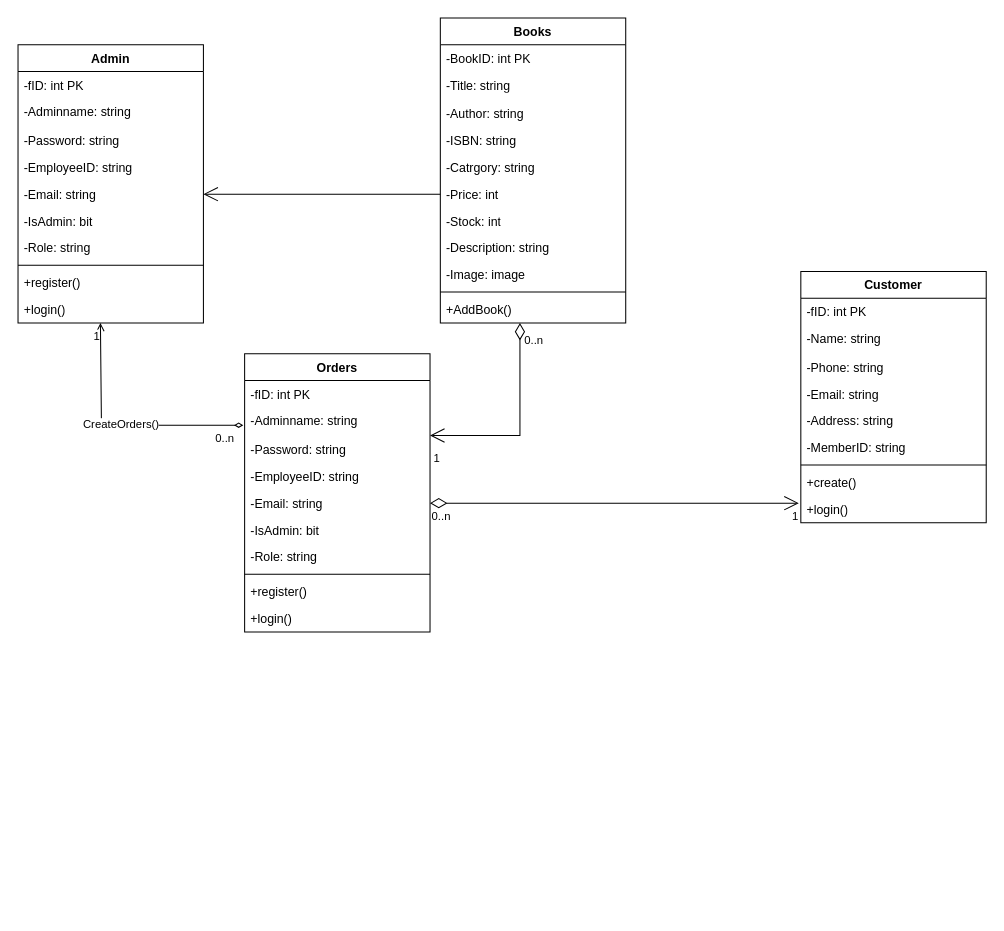
The draw.io diagram bookstore.drawio in ktungl/on-the-road, before the edit. Source tidied: cells renumbered, new cells numbered last; positions are measured from the earlier drawing's top-left corner, leaving out a move shared by most shapes. Both pictures are drawn from the tidied source at 103%, with x=0, y=0 at pixel (18, 18).
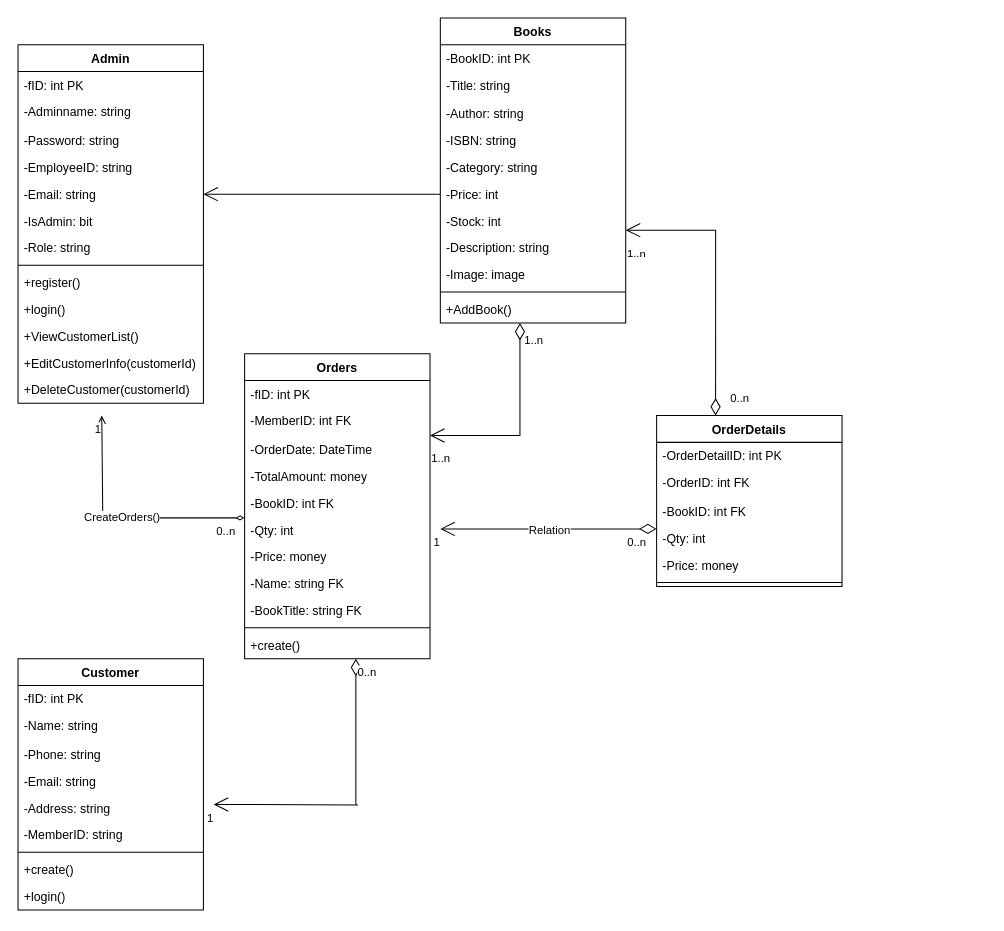
Above is the later version.

The change refers to these unchanged cells:
```xml
<mxCell id="13" value="Books" style="swimlane;fontStyle=1;align=center;verticalAlign=top;horizontal=1;startSize=26;whiteSpace=wrap;html=1;" parent="1" vertex="1">
  <mxGeometry x="410" width="180" height="296" as="geometry" />
</mxCell>
<mxCell id="40" style="endArrow=open;html=1;endSize=12;startArrow=diamondThin;startSize=14;startFill=0;edgeStyle=elbowEdgeStyle;rounded=0;entryX=1.015;entryY=0.833;entryDx=0;entryDy=0;entryPerimeter=0;" parent="1" edge="1">
  <mxGeometry x="-0.19" y="23" relative="1" as="geometry">
    <mxPoint x="487.3" y="296" as="sourcePoint" />
    <mxPoint x="400" y="405.3" as="targetPoint" />
    <Array as="points">
      <mxPoint x="487.3" y="386" />
    </Array>
  </mxGeometry>
</mxCell>
```

The edit, as a diff of the source:
```diff
@@
     <mxCell id="2" value="Admin" style="swimlane;fontStyle=1;align=center;verticalAlign=top;horizontal=1;startSize=26;whiteSpace=wrap;html=1;" parent="1" vertex="1">
-      <mxGeometry y="26" width="180" height="270" as="geometry" />
+      <mxGeometry y="26" width="180" height="348" as="geometry" />
     </mxCell>
@@
+    <mxCell id="56" value="&lt;div&gt;+ViewCustomerList()&lt;/div&gt;&lt;div&gt;&lt;br&gt;&lt;/div&gt;" style="text;strokeColor=none;fillColor=none;align=left;verticalAlign=top;spacingLeft=4;spacingRight=4;overflow=hidden;whiteSpace=wrap;html=1;" parent="2" vertex="1">
+      <mxGeometry y="270" width="180" height="26" as="geometry" />
+    </mxCell>
+    <mxCell id="57" value="&lt;div&gt;+EditCustomerInfo(customerId)&lt;/div&gt;&lt;div&gt;&lt;br&gt;&lt;/div&gt;" style="text;strokeColor=none;fillColor=none;align=left;verticalAlign=top;spacingLeft=4;spacingRight=4;overflow=hidden;whiteSpace=wrap;html=1;" parent="2" vertex="1">
+      <mxGeometry y="296" width="180" height="26" as="geometry" />
+    </mxCell>
+    <mxCell id="58" value="+DeleteCustomer(customerId)" style="text;strokeColor=none;fillColor=none;align=left;verticalAlign=top;spacingLeft=4;spacingRight=4;overflow=hidden;whiteSpace=wrap;html=1;" parent="2" vertex="1">
+      <mxGeometry y="322" width="180" height="26" as="geometry" />
+    </mxCell>
@@
-    <mxCell id="18" value="-Catrgory: string" style="text;strokeColor=none;fillColor=none;align=left;verticalAlign=top;spacingLeft=4;spacingRight=4;overflow=hidden;whiteSpace=wrap;html=1;" parent="13" vertex="1">
+    <mxCell id="18" value="-Category: string" style="text;strokeColor=none;fillColor=none;align=left;verticalAlign=top;spacingLeft=4;spacingRight=4;overflow=hidden;whiteSpace=wrap;html=1;" parent="13" vertex="1">
       <mxGeometry y="132" width="180" height="26" as="geometry" />
     </mxCell>
@@
     <mxCell id="26" value="Orders" style="swimlane;fontStyle=1;align=center;verticalAlign=top;horizontal=1;startSize=26;whiteSpace=wrap;html=1;" parent="1" vertex="1">
-      <mxGeometry x="220" y="326" width="180" height="270" as="geometry" />
+      <mxGeometry x="220" y="326" width="180" height="296" as="geometry" />
     </mxCell>
@@
-    <mxCell id="28" value="-Adminname: string" style="text;strokeColor=none;fillColor=none;align=left;verticalAlign=top;spacingLeft=4;spacingRight=4;overflow=hidden;whiteSpace=wrap;html=1;" parent="26" vertex="1">
+    <mxCell id="28" value="-MemberID: int FK" style="text;strokeColor=none;fillColor=none;align=left;verticalAlign=top;spacingLeft=4;spacingRight=4;overflow=hidden;whiteSpace=wrap;html=1;" parent="26" vertex="1">
       <mxGeometry y="52" width="180" height="28" as="geometry" />
     </mxCell>
-    <mxCell id="29" value="-Password: string" style="text;strokeColor=none;fillColor=none;align=left;verticalAlign=top;spacingLeft=4;spacingRight=4;overflow=hidden;whiteSpace=wrap;html=1;" parent="26" vertex="1">
+    <mxCell id="29" value="-OrderDate: DateTime" style="text;strokeColor=none;fillColor=none;align=left;verticalAlign=top;spacingLeft=4;spacingRight=4;overflow=hidden;whiteSpace=wrap;html=1;" parent="26" vertex="1">
       <mxGeometry y="80" width="180" height="26" as="geometry" />
     </mxCell>
-    <mxCell id="30" value="-EmployeeID: string" style="text;strokeColor=none;fillColor=none;align=left;verticalAlign=top;spacingLeft=4;spacingRight=4;overflow=hidden;whiteSpace=wrap;html=1;" parent="26" vertex="1">
+    <mxCell id="30" value="-TotalAmount: money" style="text;strokeColor=none;fillColor=none;align=left;verticalAlign=top;spacingLeft=4;spacingRight=4;overflow=hidden;whiteSpace=wrap;html=1;" parent="26" vertex="1">
       <mxGeometry y="106" width="180" height="26" as="geometry" />
     </mxCell>
-    <mxCell id="31" value="-Email: string" style="text;strokeColor=none;fillColor=none;align=left;verticalAlign=top;spacingLeft=4;spacingRight=4;overflow=hidden;points=[[0,0.5],[1,0.5]];portConstraint=eastwest;whiteSpace=wrap;html=1;" parent="26" vertex="1">
+    <mxCell id="31" value="-BookID: int FK" style="text;strokeColor=none;fillColor=none;align=left;verticalAlign=top;spacingLeft=4;spacingRight=4;overflow=hidden;points=[[0,0.5],[1,0.5]];portConstraint=eastwest;whiteSpace=wrap;html=1;" parent="26" vertex="1">
       <mxGeometry y="132" width="180" height="26" as="geometry" />
     </mxCell>
-    <mxCell id="32" value="-IsAdmin: bit" style="text;strokeColor=none;fillColor=none;align=left;verticalAlign=top;spacingLeft=4;spacingRight=4;overflow=hidden;whiteSpace=wrap;html=1;" parent="26" vertex="1">
+    <mxCell id="32" value="-Qty: int" style="text;strokeColor=none;fillColor=none;align=left;verticalAlign=top;spacingLeft=4;spacingRight=4;overflow=hidden;whiteSpace=wrap;html=1;" parent="26" vertex="1">
       <mxGeometry y="158" width="180" height="26" as="geometry" />
     </mxCell>
-    <mxCell id="33" value="-Role: string" style="text;strokeColor=none;fillColor=none;align=left;verticalAlign=top;spacingLeft=4;spacingRight=4;overflow=hidden;whiteSpace=wrap;html=1;" parent="26" vertex="1">
+    <mxCell id="33" value="-Price: money" style="text;strokeColor=none;fillColor=none;align=left;verticalAlign=top;spacingLeft=4;spacingRight=4;overflow=hidden;whiteSpace=wrap;html=1;" parent="26" vertex="1">
       <mxGeometry y="184" width="180" height="26" as="geometry" />
     </mxCell>
+    <mxCell id="59" value="-Name: string FK" style="text;strokeColor=none;fillColor=none;align=left;verticalAlign=top;spacingLeft=4;spacingRight=4;overflow=hidden;whiteSpace=wrap;html=1;" parent="26" vertex="1">
+      <mxGeometry y="210" width="180" height="26" as="geometry" />
+    </mxCell>
+    <mxCell id="60" value="-BookTitle: string FK" style="text;strokeColor=none;fillColor=none;align=left;verticalAlign=top;spacingLeft=4;spacingRight=4;overflow=hidden;whiteSpace=wrap;html=1;" parent="26" vertex="1">
+      <mxGeometry y="236" width="180" height="26" as="geometry" />
+    </mxCell>
     <mxCell id="34" style="line;strokeWidth=1;fillColor=none;align=left;verticalAlign=middle;spacingTop=-1;spacingLeft=3;spacingRight=3;labelPosition=right;strokeColor=inherit;" parent="26" vertex="1">
-      <mxGeometry y="210" width="180" height="8" as="geometry" />
+      <mxGeometry y="262" width="180" height="8" as="geometry" />
     </mxCell>
-    <mxCell id="35" value="+register()" style="text;strokeColor=none;fillColor=none;align=left;verticalAlign=top;spacingLeft=4;spacingRight=4;overflow=hidden;points=[[0,0.5],[1,0.5]];portConstraint=eastwest;whiteSpace=wrap;html=1;" parent="26" vertex="1">
-      <mxGeometry y="218" width="180" height="26" as="geometry" />
+    <mxCell id="35" value="+create()" style="text;strokeColor=none;fillColor=none;align=left;verticalAlign=top;spacingLeft=4;spacingRight=4;overflow=hidden;points=[[0,0.5],[1,0.5]];portConstraint=eastwest;whiteSpace=wrap;html=1;" parent="26" vertex="1">
+      <mxGeometry y="270" width="180" height="26" as="geometry" />
     </mxCell>
-    <mxCell id="36" value="+login()" style="text;strokeColor=none;fillColor=none;align=left;verticalAlign=top;spacingLeft=4;spacingRight=4;overflow=hidden;whiteSpace=wrap;html=1;" parent="26" vertex="1">
-      <mxGeometry y="244" width="180" height="26" as="geometry" />
-    </mxCell>
     <mxCell id="37" value="CreateOrders()" style="endArrow=open;html=1;startArrow=diamondThin;startFill=0;rounded=0;entryX=0.507;entryY=1.026;entryDx=0;entryDy=0;entryPerimeter=0;strokeWidth=1;edgeStyle=orthogonalEdgeStyle;exitX=0.5;exitY=0;exitDx=0;exitDy=0;" parent="1" edge="1">
       <mxGeometry relative="1" as="geometry">
-        <mxPoint x="218.7" y="395.3" as="sourcePoint" />
-        <mxPoint x="80" y="296" as="targetPoint" />
+        <mxPoint x="220" y="485.3" as="sourcePoint" />
+        <mxPoint x="81.3" y="386" as="targetPoint" />
         <Array as="points">
-          <mxPoint x="81" y="395" />
+          <mxPoint x="82.3" y="485" />
         </Array>
       </mxGeometry>
     </mxCell>
@@
-    <mxCell id="41" value="0..n" style="edgeLabel;html=1;align=left;verticalAlign=top;" parent="40" vertex="1">
+    <mxCell id="41" value="1..n" style="edgeLabel;html=1;align=left;verticalAlign=top;" parent="40" vertex="1">
       <mxGeometry x="-1" relative="1" as="geometry">
         <mxPoint x="3" y="4" as="offset" />
       </mxGeometry>
     </mxCell>
-    <mxCell id="42" value="1" style="edgeLabel;html=1;align=right;verticalAlign=top;" parent="40" vertex="1">
+    <mxCell id="42" value="1..n" style="edgeLabel;html=1;align=right;verticalAlign=top;" parent="40" vertex="1">
       <mxGeometry x="1" relative="1" as="geometry">
-        <mxPoint x="10" y="10" as="offset" />
+        <mxPoint x="20" y="10" as="offset" />
       </mxGeometry>
     </mxCell>
     <mxCell id="43" value="Customer" style="swimlane;fontStyle=1;align=center;verticalAlign=top;horizontal=1;startSize=26;whiteSpace=wrap;html=1;" parent="1" vertex="1">
-      <mxGeometry x="760" y="246" width="180" height="244" as="geometry" />
+      <mxGeometry y="622" width="180" height="244" as="geometry" />
     </mxCell>
@@
-    <mxCell id="53" style="endArrow=open;html=1;endSize=12;startArrow=diamondThin;startSize=14;startFill=0;edgeStyle=orthogonalEdgeStyle;rounded=0;exitX=1;exitY=0.5;exitDx=0;exitDy=0;" parent="1" edge="1" source="31">
+    <mxCell id="53" style="endArrow=open;html=1;endSize=12;startArrow=diamondThin;startSize=14;startFill=0;edgeStyle=orthogonalEdgeStyle;rounded=0;exitX=0.6;exitY=1;exitDx=0;exitDy=0;exitPerimeter=0;" parent="1" edge="1" source="35">
       <mxGeometry x="0.12" y="66" relative="1" as="geometry">
-        <mxPoint x="758" y="471" as="targetPoint" />
+        <mxPoint x="190" y="763.5" as="targetPoint" />
+        <Array as="points">
+          <mxPoint x="328" y="764" />
+          <mxPoint x="330" y="764" />
+        </Array>
         <mxPoint x="-1" as="offset" />
       </mxGeometry>
     </mxCell>
@@
+    <mxCell id="61" value="OrderDetails" style="swimlane;fontStyle=1;align=center;verticalAlign=top;horizontal=1;startSize=26;whiteSpace=wrap;html=1;" parent="1" vertex="1">
+      <mxGeometry x="620" y="386" width="180" height="166" as="geometry" />
+    </mxCell>
+    <mxCell id="62" value="-OrderDetailID: int PK" style="text;strokeColor=none;fillColor=none;align=left;verticalAlign=top;spacingLeft=4;spacingRight=4;overflow=hidden;whiteSpace=wrap;html=1;" parent="61" vertex="1">
+      <mxGeometry y="26" width="180" height="26" as="geometry" />
+    </mxCell>
+    <mxCell id="63" value="-OrderID: int FK" style="text;strokeColor=none;fillColor=none;align=left;verticalAlign=top;spacingLeft=4;spacingRight=4;overflow=hidden;whiteSpace=wrap;html=1;" parent="61" vertex="1">
+      <mxGeometry y="52" width="180" height="28" as="geometry" />
+    </mxCell>
+    <mxCell id="64" value="-BookID: int FK" style="text;strokeColor=none;fillColor=none;align=left;verticalAlign=top;spacingLeft=4;spacingRight=4;overflow=hidden;whiteSpace=wrap;html=1;" parent="61" vertex="1">
+      <mxGeometry y="80" width="180" height="26" as="geometry" />
+    </mxCell>
+    <mxCell id="65" value="-Qty: int" style="text;strokeColor=none;fillColor=none;align=left;verticalAlign=top;spacingLeft=4;spacingRight=4;overflow=hidden;points=[[0,0.5],[1,0.5]];portConstraint=eastwest;whiteSpace=wrap;html=1;" parent="61" vertex="1">
+      <mxGeometry y="106" width="180" height="26" as="geometry" />
+    </mxCell>
+    <mxCell id="66" value="-Price: money" style="text;strokeColor=none;fillColor=none;align=left;verticalAlign=top;spacingLeft=4;spacingRight=4;overflow=hidden;whiteSpace=wrap;html=1;" parent="61" vertex="1">
+      <mxGeometry y="132" width="180" height="26" as="geometry" />
+    </mxCell>
+    <mxCell id="67" style="line;strokeWidth=1;fillColor=none;align=left;verticalAlign=middle;spacingTop=-1;spacingLeft=3;spacingRight=3;labelPosition=right;strokeColor=inherit;" parent="61" vertex="1">
+      <mxGeometry y="158" width="180" height="8" as="geometry" />
+    </mxCell>
+    <mxCell id="68" value="Relation" style="endArrow=open;html=1;endSize=12;startArrow=diamondThin;startSize=14;startFill=0;edgeStyle=orthogonalEdgeStyle;rounded=0;exitX=0;exitY=0.154;exitDx=0;exitDy=0;exitPerimeter=0;" parent="1" edge="1" source="65">
+      <mxGeometry relative="1" as="geometry">
+        <mxPoint x="410" y="496" as="targetPoint" />
+      </mxGeometry>
+    </mxCell>
+    <mxCell id="69" value="0..n" style="edgeLabel;html=1;align=left;verticalAlign=top;" parent="68" vertex="1">
+      <mxGeometry x="-1" relative="1" as="geometry">
+        <mxPoint x="-30" as="offset" />
+      </mxGeometry>
+    </mxCell>
+    <mxCell id="70" value="1" style="edgeLabel;html=1;align=right;verticalAlign=top;" parent="68" vertex="1">
+      <mxGeometry x="1" relative="1" as="geometry" />
+    </mxCell>
+    <mxCell id="71" style="endArrow=open;html=1;endSize=12;startArrow=diamondThin;startSize=14;startFill=0;edgeStyle=elbowEdgeStyle;rounded=0;entryX=1.015;entryY=0.833;entryDx=0;entryDy=0;entryPerimeter=0;exitX=0.318;exitY=0;exitDx=0;exitDy=0;exitPerimeter=0;" parent="1" edge="1" source="61">
+      <mxGeometry x="-0.19" y="23" relative="1" as="geometry">
+        <mxPoint x="590" y="206" as="targetPoint" />
+        <Array as="points">
+          <mxPoint x="677.3" y="225.3" />
+        </Array>
+      </mxGeometry>
+    </mxCell>
+    <mxCell id="72" value="0..n" style="edgeLabel;html=1;align=left;verticalAlign=top;" parent="71" vertex="1">
+      <mxGeometry x="-1" relative="1" as="geometry">
+        <mxPoint x="13" y="-30" as="offset" />
+      </mxGeometry>
+    </mxCell>
+    <mxCell id="73" value="1..n" style="edgeLabel;html=1;align=right;verticalAlign=top;" parent="71" vertex="1">
+      <mxGeometry x="1" relative="1" as="geometry">
+        <mxPoint x="20" y="10" as="offset" />
+      </mxGeometry>
+    </mxCell>
```
